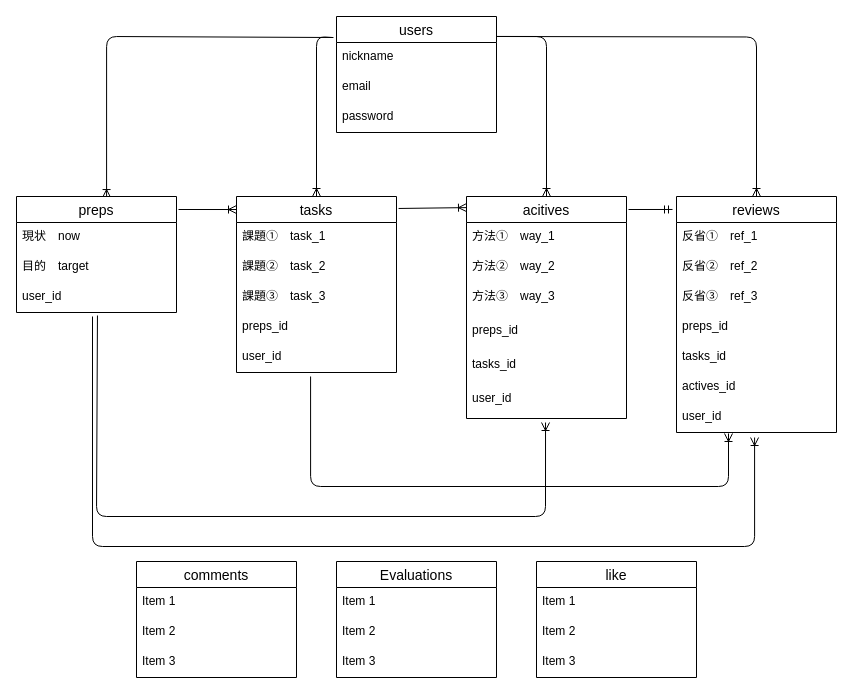
Before: er.dio in tetutetu214/tekagami_1.0.1, a draw.io diagram. Source tidied: cells renumbered, new cells numbered last; positions are measured from the earlier drawing's top-left corner, leaving out a move shared by most shapes. Both pictures are drawn from the tidied source at 100%, with x=0, y=0 at pixel (16, 16).
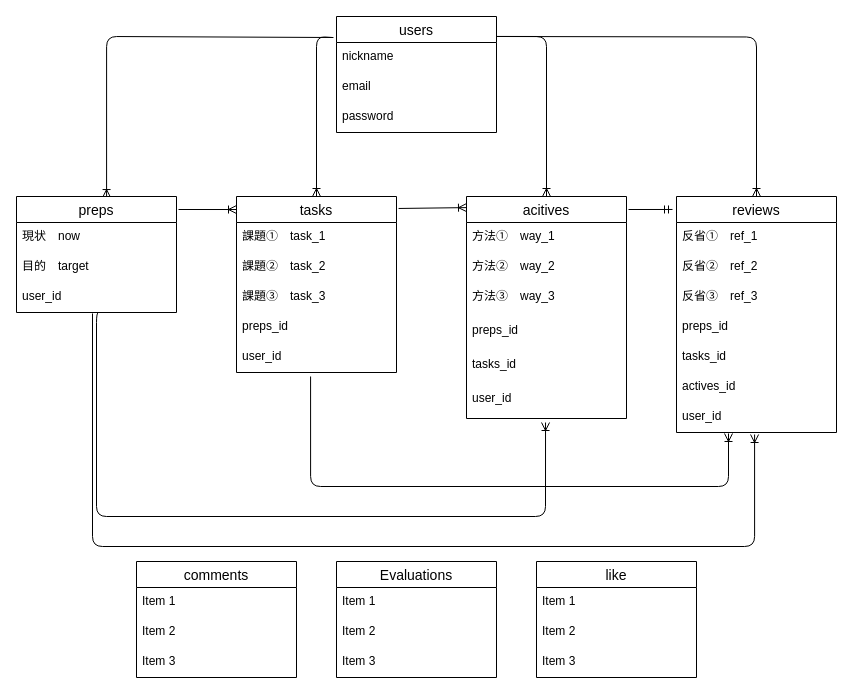
The same diagram, later.

Commit message (it also covers changes not shown here):
インフラ図修正

The change refers to these unchanged cells:
```xml
<mxCell id="9" value="user_id" style="text;strokeColor=none;fillColor=none;spacingLeft=4;spacingRight=4;overflow=hidden;points=[[0,0.5],[1,0.5]];portConstraint=eastwest;fontSize=12;" parent="6" vertex="1">
  <mxGeometry y="86" width="160" height="30" as="geometry" />
</mxCell>
<mxCell id="22" value="user_id" style="text;strokeColor=none;fillColor=none;spacingLeft=4;spacingRight=4;overflow=hidden;points=[[0,0.5],[1,0.5]];portConstraint=eastwest;fontSize=12;" parent="16" vertex="1">
  <mxGeometry y="188" width="160" height="34" as="geometry" />
</mxCell>
<mxCell id="30" value="user_id" style="text;strokeColor=none;fillColor=none;spacingLeft=4;spacingRight=4;overflow=hidden;points=[[0,0.5],[1,0.5]];portConstraint=eastwest;fontSize=12;" parent="23" vertex="1">
  <mxGeometry y="206" width="160" height="30" as="geometry" />
</mxCell>
```

What changed in the source:
```diff
@@
-    <mxCell id="38" style="edgeStyle=orthogonalEdgeStyle;fontSize=12;html=1;endArrow=ERoneToMany;exitX=0.475;exitY=1.133;exitDx=0;exitDy=0;exitPerimeter=0;entryX=0.488;entryY=1.167;entryDx=0;entryDy=0;entryPerimeter=0;" parent="1" edge="1" source="9" target="30">
+    <mxCell id="38" style="edgeStyle=orthogonalEdgeStyle;fontSize=12;html=1;endArrow=ERoneToMany;exitX=0.475;exitY=1.033;exitDx=0;exitDy=0;exitPerimeter=0;entryX=0.488;entryY=1.067;entryDx=0;entryDy=0;entryPerimeter=0;" parent="1" edge="1" source="9" target="30">
       <mxGeometry relative="1" as="geometry">
         <Array as="points">
           <mxPoint x="76" y="530" />
           <mxPoint x="738" y="530" />
         </Array>
       </mxGeometry>
     </mxCell>
-    <mxCell id="39" style="edgeStyle=orthogonalEdgeStyle;fontSize=12;html=1;endArrow=ERoneToMany;exitX=0.506;exitY=1.1;exitDx=0;exitDy=0;exitPerimeter=0;entryX=0.494;entryY=1.118;entryDx=0;entryDy=0;entryPerimeter=0;" parent="1" edge="1" source="9" target="22">
+    <mxCell id="39" style="edgeStyle=orthogonalEdgeStyle;fontSize=12;html=1;endArrow=ERoneToMany;exitX=0.525;exitY=1;exitDx=0;exitDy=0;exitPerimeter=0;entryX=0.494;entryY=1.118;entryDx=0;entryDy=0;entryPerimeter=0;" parent="1" edge="1" source="9" target="22">
       <mxGeometry relative="1" as="geometry">
         <Array as="points">
+          <mxPoint x="80" y="296" />
           <mxPoint x="80" y="500" />
           <mxPoint x="529" y="500" />
         </Array>
       </mxGeometry>
     </mxCell>
```
